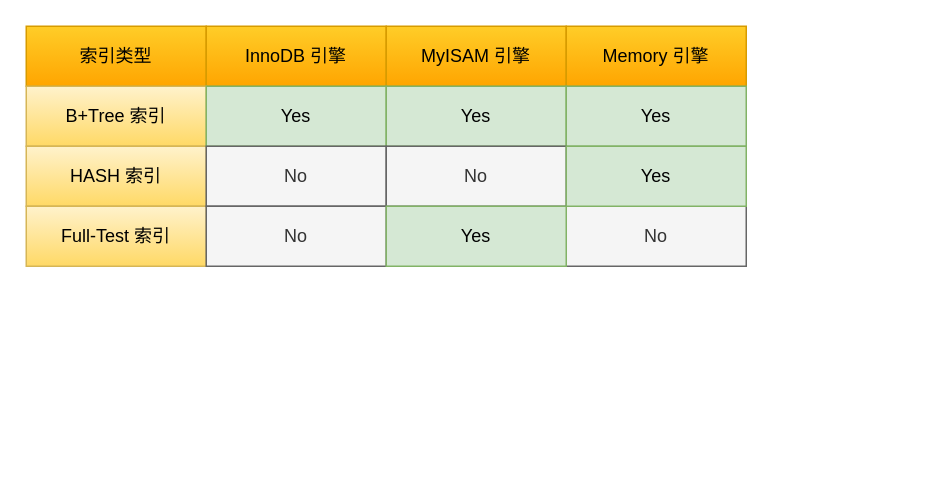
This is mysql/索引/索引分类.drawio from xiaolincoder/ImageHost4, a draw.io file, before an edit. Source tidied: cells renumbered, new cells numbered last; positions are measured from the earlier drawing's top-left corner, leaving out a move shared by most shapes. Both pictures are drawn from the tidied source at 150%, with x=0, y=0 at pixel (26, 26).
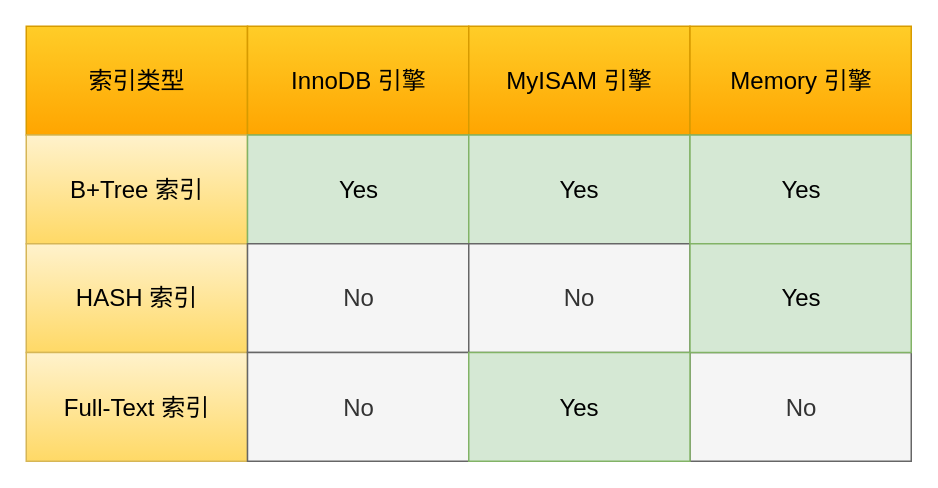
Above is the later version.

The edit, as a diff of the source:
```diff
@@
 <mxGraphModel>
   <root>
     <mxCell id="0" />
     <mxCell id="1" parent="0" />
+    <mxCell id="18" style="group;fontSize=16;" parent="1" vertex="1">
+      <mxGeometry width="590" height="290" as="geometry" />
+    </mxCell>
-    <mxCell id="2" value="索引类型" style="rounded=0;whiteSpace=wrap;html=1;fillColor=#ffcd28;gradientColor=#ffa500;strokeColor=#d79b00;" parent="1" vertex="1">
-      <mxGeometry width="120" height="40" as="geometry" />
+    <mxCell id="2" value="索引类型" style="rounded=0;whiteSpace=wrap;html=1;fillColor=#ffcd28;gradientColor=#ffa500;strokeColor=#d79b00;fontSize=16;" parent="18" vertex="1">
+      <mxGeometry width="147.5" height="72.5" as="geometry" />
     </mxCell>
-    <mxCell id="3" value="InnoDB 引擎" style="rounded=0;whiteSpace=wrap;html=1;fillColor=#ffcd28;gradientColor=#ffa500;strokeColor=#d79b00;" parent="1" vertex="1">
-      <mxGeometry x="120" width="120" height="40" as="geometry" />
+    <mxCell id="3" value="InnoDB 引擎" style="rounded=0;whiteSpace=wrap;html=1;fillColor=#ffcd28;gradientColor=#ffa500;strokeColor=#d79b00;fontSize=16;" parent="18" vertex="1">
+      <mxGeometry x="147.5" width="147.5" height="72.5" as="geometry" />
     </mxCell>
-    <mxCell id="4" value="MyISAM 引擎" style="rounded=0;whiteSpace=wrap;html=1;fillColor=#ffcd28;gradientColor=#ffa500;strokeColor=#d79b00;" parent="1" vertex="1">
-      <mxGeometry x="240" width="120" height="40" as="geometry" />
+    <mxCell id="4" value="MyISAM 引擎" style="rounded=0;whiteSpace=wrap;html=1;fillColor=#ffcd28;gradientColor=#ffa500;strokeColor=#d79b00;fontSize=16;" parent="18" vertex="1">
+      <mxGeometry x="295" width="147.5" height="72.5" as="geometry" />
     </mxCell>
-    <mxCell id="5" value="Memory 引擎" style="rounded=0;whiteSpace=wrap;html=1;fillColor=#ffcd28;gradientColor=#ffa500;strokeColor=#d79b00;" parent="1" vertex="1">
-      <mxGeometry x="360" width="120" height="40" as="geometry" />
+    <mxCell id="5" value="Memory 引擎" style="rounded=0;whiteSpace=wrap;html=1;fillColor=#ffcd28;gradientColor=#ffa500;strokeColor=#d79b00;fontSize=16;" parent="18" vertex="1">
+      <mxGeometry x="442.5" width="147.5" height="72.5" as="geometry" />
     </mxCell>
-    <mxCell id="6" value="B+Tree 索引" style="rounded=0;whiteSpace=wrap;html=1;fillColor=#fff2cc;gradientColor=#ffd966;strokeColor=#d6b656;" parent="1" vertex="1">
-      <mxGeometry y="40" width="120" height="40" as="geometry" />
+    <mxCell id="6" value="B+Tree 索引" style="rounded=0;whiteSpace=wrap;html=1;fillColor=#fff2cc;gradientColor=#ffd966;strokeColor=#d6b656;fontSize=16;" parent="18" vertex="1">
+      <mxGeometry y="72.5" width="147.5" height="72.5" as="geometry" />
     </mxCell>
-    <mxCell id="7" value="HASH 索引" style="rounded=0;whiteSpace=wrap;html=1;fillColor=#fff2cc;gradientColor=#ffd966;strokeColor=#d6b656;" parent="1" vertex="1">
-      <mxGeometry y="80" width="120" height="40" as="geometry" />
+    <mxCell id="7" value="HASH 索引" style="rounded=0;whiteSpace=wrap;html=1;fillColor=#fff2cc;gradientColor=#ffd966;strokeColor=#d6b656;fontSize=16;" parent="18" vertex="1">
+      <mxGeometry y="145" width="147.5" height="72.5" as="geometry" />
     </mxCell>
-    <mxCell id="8" value="Full-Test 索引" style="rounded=0;whiteSpace=wrap;html=1;fillColor=#fff2cc;gradientColor=#ffd966;strokeColor=#d6b656;" parent="1" vertex="1">
-      <mxGeometry y="120" width="120" height="40" as="geometry" />
+    <mxCell id="8" value="Full-Text 索引" style="rounded=0;whiteSpace=wrap;html=1;fillColor=#fff2cc;gradientColor=#ffd966;strokeColor=#d6b656;fontSize=16;" parent="18" vertex="1">
+      <mxGeometry y="217.5" width="147.5" height="72.5" as="geometry" />
     </mxCell>
-    <mxCell id="9" value="Yes" style="rounded=0;whiteSpace=wrap;html=1;fillColor=#d5e8d4;strokeColor=#82b366;" parent="1" vertex="1">
-      <mxGeometry x="120" y="40" width="120" height="40" as="geometry" />
+    <mxCell id="9" value="Yes" style="rounded=0;whiteSpace=wrap;html=1;fillColor=#d5e8d4;strokeColor=#82b366;fontSize=16;" parent="18" vertex="1">
+      <mxGeometry x="147.5" y="72.5" width="147.5" height="72.5" as="geometry" />
     </mxCell>
-    <mxCell id="10" value="Yes" style="rounded=0;whiteSpace=wrap;html=1;fillColor=#d5e8d4;strokeColor=#82b366;" parent="1" vertex="1">
-      <mxGeometry x="240" y="40" width="120" height="40" as="geometry" />
+    <mxCell id="10" value="Yes" style="rounded=0;whiteSpace=wrap;html=1;fillColor=#d5e8d4;strokeColor=#82b366;fontSize=16;" parent="18" vertex="1">
+      <mxGeometry x="295" y="72.5" width="147.5" height="72.5" as="geometry" />
     </mxCell>
-    <mxCell id="11" value="Yes" style="rounded=0;whiteSpace=wrap;html=1;fillColor=#d5e8d4;strokeColor=#82b366;" parent="1" vertex="1">
-      <mxGeometry x="360" y="40" width="120" height="40" as="geometry" />
+    <mxCell id="11" value="Yes" style="rounded=0;whiteSpace=wrap;html=1;fillColor=#d5e8d4;strokeColor=#82b366;fontSize=16;" parent="18" vertex="1">
+      <mxGeometry x="442.5" y="72.5" width="147.5" height="72.5" as="geometry" />
     </mxCell>
-    <mxCell id="12" value="No" style="rounded=0;whiteSpace=wrap;html=1;fillColor=#f5f5f5;fontColor=#333333;strokeColor=#666666;" parent="1" vertex="1">
-      <mxGeometry x="120" y="80" width="120" height="40" as="geometry" />
+    <mxCell id="12" value="No" style="rounded=0;whiteSpace=wrap;html=1;fillColor=#f5f5f5;fontColor=#333333;strokeColor=#666666;fontSize=16;" parent="18" vertex="1">
+      <mxGeometry x="147.5" y="145" width="147.5" height="72.5" as="geometry" />
     </mxCell>
-    <mxCell id="13" value="No" style="rounded=0;whiteSpace=wrap;html=1;fillColor=#f5f5f5;fontColor=#333333;strokeColor=#666666;" parent="1" vertex="1">
-      <mxGeometry x="120" y="120" width="120" height="40" as="geometry" />
+    <mxCell id="13" value="No" style="rounded=0;whiteSpace=wrap;html=1;fillColor=#f5f5f5;fontColor=#333333;strokeColor=#666666;fontSize=16;" parent="18" vertex="1">
+      <mxGeometry x="147.5" y="217.5" width="147.5" height="72.5" as="geometry" />
     </mxCell>
-    <mxCell id="14" value="No" style="rounded=0;whiteSpace=wrap;html=1;fillColor=#f5f5f5;fontColor=#333333;strokeColor=#666666;" parent="1" vertex="1">
-      <mxGeometry x="240" y="80" width="120" height="40" as="geometry" />
+    <mxCell id="14" value="No" style="rounded=0;whiteSpace=wrap;html=1;fillColor=#f5f5f5;fontColor=#333333;strokeColor=#666666;fontSize=16;" parent="18" vertex="1">
+      <mxGeometry x="295" y="145" width="147.5" height="72.5" as="geometry" />
     </mxCell>
-    <mxCell id="15" value="No" style="rounded=0;whiteSpace=wrap;html=1;fillColor=#f5f5f5;fontColor=#333333;strokeColor=#666666;" parent="1" vertex="1">
-      <mxGeometry x="360" y="120" width="120" height="40" as="geometry" />
+    <mxCell id="15" value="No" style="rounded=0;whiteSpace=wrap;html=1;fillColor=#f5f5f5;fontColor=#333333;strokeColor=#666666;fontSize=16;" parent="18" vertex="1">
+      <mxGeometry x="442.5" y="217.5" width="147.5" height="72.5" as="geometry" />
     </mxCell>
-    <mxCell id="16" value="Yes" style="rounded=0;whiteSpace=wrap;html=1;fillColor=#d5e8d4;strokeColor=#82b366;" parent="1" vertex="1">
-      <mxGeometry x="360" y="80" width="120" height="40" as="geometry" />
+    <mxCell id="16" value="Yes" style="rounded=0;whiteSpace=wrap;html=1;fillColor=#d5e8d4;strokeColor=#82b366;fontSize=16;" parent="18" vertex="1">
+      <mxGeometry x="442.5" y="145" width="147.5" height="72.5" as="geometry" />
     </mxCell>
-    <mxCell id="17" value="Yes" style="rounded=0;whiteSpace=wrap;html=1;fillColor=#d5e8d4;strokeColor=#82b366;" parent="1" vertex="1">
-      <mxGeometry x="240" y="120" width="120" height="40" as="geometry" />
+    <mxCell id="17" value="Yes" style="rounded=0;whiteSpace=wrap;html=1;fillColor=#d5e8d4;strokeColor=#82b366;fontSize=16;" parent="18" vertex="1">
+      <mxGeometry x="295" y="217.5" width="147.5" height="72.5" as="geometry" />
     </mxCell>
   </root>
 </mxGraphModel>
```
